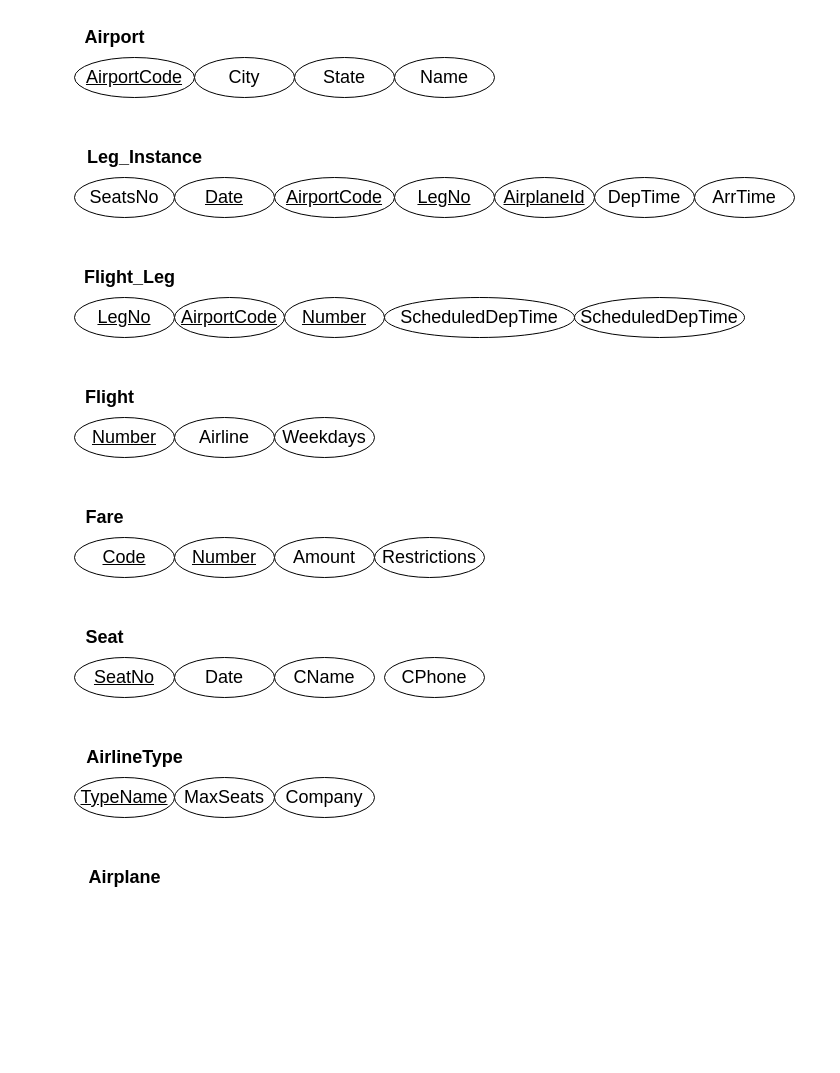
Above: UML/EER2.drawio in RileyMoore01/Portfolio (draw.io), before the change. Source tidied: cells renumbered, new cells numbered last; positions are measured from the earlier drawing's top-left corner, leaving out a move shared by most shapes. Both pictures are drawn from the tidied source at 100%, with x=0, y=0 at pixel (74, 17).
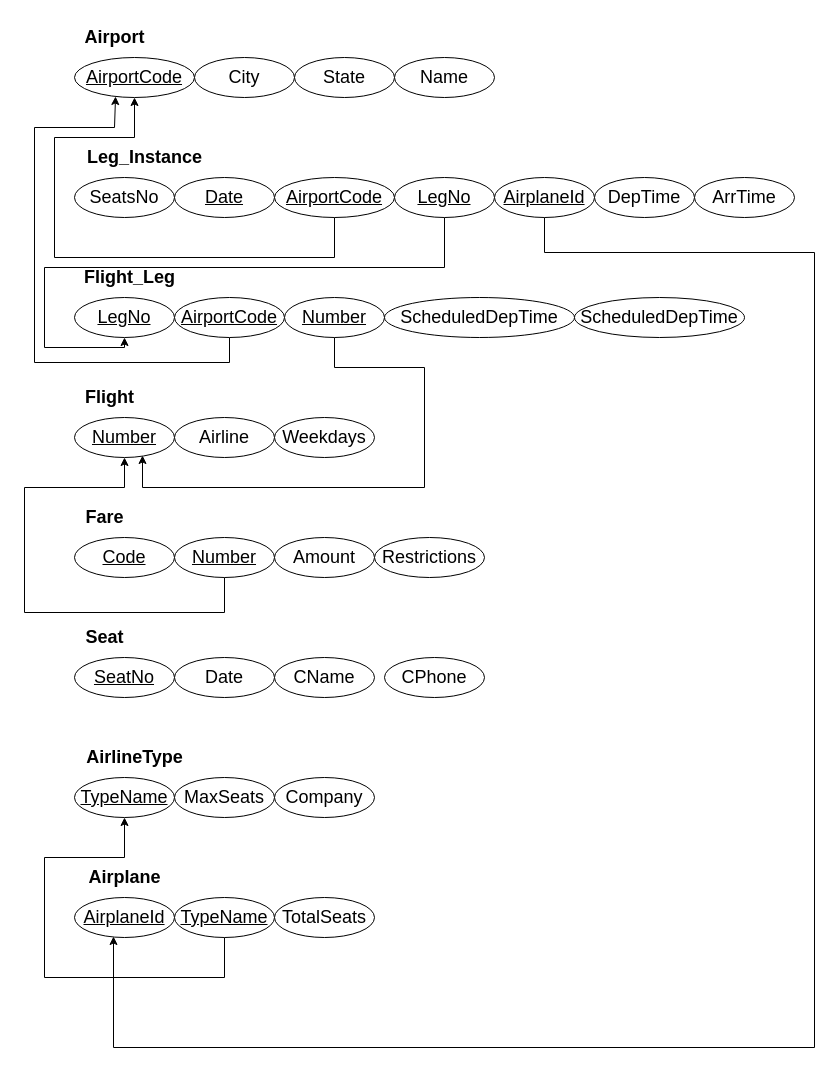
After the change.

The change refers to these unchanged cells:
```xml
<mxCell id="10" value="AirportCode" style="ellipse;whiteSpace=wrap;html=1;align=center;fontStyle=4;fontSize=18;" parent="1" vertex="1">
  <mxGeometry y="40" width="120" height="40" as="geometry" />
</mxCell>
<mxCell id="16" value="AirportCode" style="ellipse;whiteSpace=wrap;html=1;align=center;fontStyle=4;fontSize=18;" parent="1" vertex="1">
  <mxGeometry x="200" y="160" width="120" height="40" as="geometry" />
</mxCell>
<mxCell id="17" value="LegNo" style="ellipse;whiteSpace=wrap;html=1;align=center;fontStyle=4;fontSize=18;" parent="1" vertex="1">
  <mxGeometry x="320" y="160" width="100" height="40" as="geometry" />
</mxCell>
<mxCell id="18" value="AirplaneId" style="ellipse;whiteSpace=wrap;html=1;align=center;fontStyle=4;fontSize=18;" parent="1" vertex="1">
  <mxGeometry x="420" y="160" width="100" height="40" as="geometry" />
</mxCell>
<mxCell id="21" value="&lt;u&gt;LegNo&lt;/u&gt;" style="ellipse;whiteSpace=wrap;html=1;align=center;fontSize=18;" parent="1" vertex="1">
  <mxGeometry y="280" width="100" height="40" as="geometry" />
</mxCell>
<mxCell id="22" value="Number" style="ellipse;whiteSpace=wrap;html=1;align=center;fontStyle=4;fontSize=18;" parent="1" vertex="1">
  <mxGeometry x="210" y="280" width="100" height="40" as="geometry" />
</mxCell>
<mxCell id="23" value="AirportCode" style="ellipse;whiteSpace=wrap;html=1;align=center;fontStyle=4;fontSize=18;" parent="1" vertex="1">
  <mxGeometry x="100" y="280" width="110" height="40" as="geometry" />
</mxCell>
<mxCell id="26" value="Number" style="ellipse;whiteSpace=wrap;html=1;align=center;fontStyle=4;fontSize=18;" parent="1" vertex="1">
  <mxGeometry y="400" width="100" height="40" as="geometry" />
</mxCell>
<mxCell id="29" value="Number" style="ellipse;whiteSpace=wrap;html=1;align=center;fontStyle=4;fontSize=18;" parent="1" vertex="1">
  <mxGeometry x="100" y="520" width="100" height="40" as="geometry" />
</mxCell>
<mxCell id="37" value="TypeName" style="ellipse;whiteSpace=wrap;html=1;align=center;fontStyle=4;fontSize=18;" parent="1" vertex="1">
  <mxGeometry y="760" width="100" height="40" as="geometry" />
</mxCell>
```

Change to the diagram source:
```diff
@@
+    <mxCell id="40" style="edgeStyle=orthogonalEdgeStyle;rounded=0;jettySize=auto;html=1;fontSize=18;entryX=0.5;entryY=1;entryDx=0;entryDy=0;" parent="1" edge="1" source="16" target="10">
+      <mxGeometry relative="1" as="geometry">
+        <Array as="points">
+          <mxPoint x="260" y="240" />
+          <mxPoint x="-20" y="240" />
+          <mxPoint x="-20" y="120" />
+          <mxPoint x="60" y="120" />
+        </Array>
+      </mxGeometry>
+    </mxCell>
@@
+    <mxCell id="41" style="edgeStyle=orthogonalEdgeStyle;rounded=0;jettySize=auto;html=1;fontSize=18;entryX=0.5;entryY=1;entryDx=0;entryDy=0;" parent="1" edge="1" source="17" target="21">
+      <mxGeometry relative="1" as="geometry">
+        <Array as="points">
+          <mxPoint x="370" y="250" />
+          <mxPoint x="-30" y="250" />
+          <mxPoint x="-30" y="330" />
+          <mxPoint x="50" y="330" />
+        </Array>
+      </mxGeometry>
+    </mxCell>
@@
+    <mxCell id="42" style="edgeStyle=orthogonalEdgeStyle;rounded=0;jettySize=auto;html=1;fontSize=18;entryX=0.39;entryY=0.975;entryDx=0;entryDy=0;entryPerimeter=0;" parent="1" edge="1" source="18" target="48">
+      <mxGeometry relative="1" as="geometry">
+        <Array as="points">
+          <mxPoint x="470" y="235" />
+          <mxPoint x="740" y="235" />
+          <mxPoint x="740" y="1030" />
+          <mxPoint x="39" y="1030" />
+        </Array>
+      </mxGeometry>
+    </mxCell>
@@
+    <mxCell id="43" style="edgeStyle=orthogonalEdgeStyle;rounded=0;jettySize=auto;html=1;fontSize=18;entryX=0.68;entryY=0.95;entryDx=0;entryDy=0;entryPerimeter=0;" parent="1" edge="1" source="22" target="26">
+      <mxGeometry relative="1" as="geometry">
+        <Array as="points">
+          <mxPoint x="260" y="350" />
+          <mxPoint x="350" y="350" />
+          <mxPoint x="350" y="470" />
+          <mxPoint x="68" y="470" />
+        </Array>
+      </mxGeometry>
+    </mxCell>
@@
+    <mxCell id="44" style="edgeStyle=orthogonalEdgeStyle;rounded=0;jettySize=auto;html=1;fontSize=18;entryX=0.342;entryY=0.975;entryDx=0;entryDy=0;entryPerimeter=0;" parent="1" edge="1" source="23" target="10">
+      <mxGeometry relative="1" as="geometry">
+        <Array as="points">
+          <mxPoint x="155" y="345" />
+          <mxPoint x="-40" y="345" />
+          <mxPoint x="-40" y="110" />
+          <mxPoint x="40" y="110" />
+        </Array>
+      </mxGeometry>
+    </mxCell>
@@
+    <mxCell id="45" style="edgeStyle=orthogonalEdgeStyle;rounded=0;jettySize=auto;html=1;fontSize=18;entryX=0.5;entryY=1;entryDx=0;entryDy=0;" parent="1" edge="1" source="29" target="26">
+      <mxGeometry relative="1" as="geometry">
+        <Array as="points">
+          <mxPoint x="150" y="595" />
+          <mxPoint x="-50" y="595" />
+          <mxPoint x="-50" y="470" />
+          <mxPoint x="50" y="470" />
+        </Array>
+      </mxGeometry>
+    </mxCell>
@@
+    <mxCell id="46" style="edgeStyle=orthogonalEdgeStyle;rounded=0;jettySize=auto;html=1;fontSize=18;entryX=0.5;entryY=1;entryDx=0;entryDy=0;" parent="1" edge="1" source="47" target="37">
+      <mxGeometry relative="1" as="geometry">
+        <Array as="points">
+          <mxPoint x="150" y="960" />
+          <mxPoint x="-30" y="960" />
+          <mxPoint x="-30" y="840" />
+          <mxPoint x="50" y="840" />
+        </Array>
+      </mxGeometry>
+    </mxCell>
+    <mxCell id="47" value="TypeName" style="ellipse;whiteSpace=wrap;html=1;align=center;fontStyle=4;fontSize=18;" parent="1" vertex="1">
+      <mxGeometry x="100" y="880" width="100" height="40" as="geometry" />
+    </mxCell>
+    <mxCell id="48" value="AirplaneId" style="ellipse;whiteSpace=wrap;html=1;align=center;fontStyle=4;fontSize=18;" parent="1" vertex="1">
+      <mxGeometry y="880" width="100" height="40" as="geometry" />
+    </mxCell>
+    <mxCell id="49" value="TotalSeats" style="ellipse;whiteSpace=wrap;html=1;align=center;fontSize=18;" parent="1" vertex="1">
+      <mxGeometry x="200" y="880" width="100" height="40" as="geometry" />
+    </mxCell>
```
